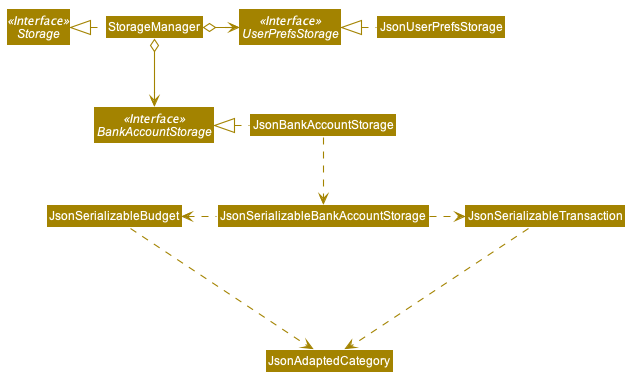
This is docs/images/StorageClassDiagram.png from nus-cs2103-AY1920S1/addressbook-level3, a PlantUML export, as it was before one commit.
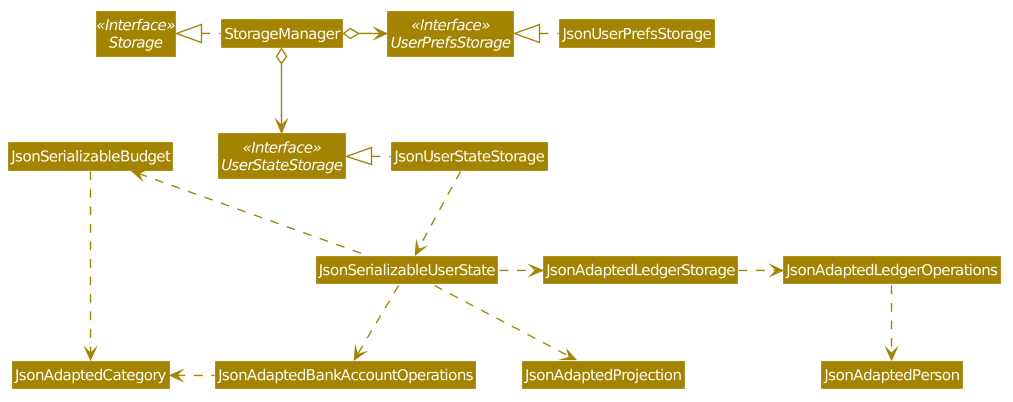
Later version of the same file.

The edit, as a diff of the source:
```diff
@@ -53,22 +53,26 @@
 
 Interface Storage <<Interface>>
 Interface UserPrefsStorage <<Interface>>
-Interface BankAccountStorage <<Interface>>
+Interface UserStateStorage <<Interface>>
 
 Class StorageManager
 Class JsonUserPrefsStorage
-Class JsonBankAccountStorage
+Class JsonUserStateStorage
 
 StorageManager .left.|> Storage
 StorageManager o-right-> UserPrefsStorage
-StorageManager o--> BankAccountStorage
+StorageManager o--> UserStateStorage
 
 JsonUserPrefsStorage .left.|> UserPrefsStorage
-JsonBankAccountStorage .left.|> BankAccountStorage
-JsonBankAccountStorage .down.> JsonSerializableBankAccountStorage
-JsonSerializableBankAccountStorage .right.> JsonSerializableTransaction
-JsonSerializableBankAccountStorage .left.> JsonSerializableBudget
-JsonSerializableTransaction ...> JsonAdaptedCategory
+JsonUserStateStorage .left.|> UserStateStorage
+JsonUserStateStorage .down.> JsonSerializableUserState
+JsonSerializableUserState .down.> JsonAdaptedBankAccountOperations
+JsonSerializableUserState .left.> JsonSerializableBudget
+JsonSerializableUserState .right.> JsonAdaptedLedgerStorage
+JsonSerializableUserState .down.> JsonAdaptedProjection
+JsonAdaptedBankAccountOperations .left.> JsonAdaptedCategory
+JsonAdaptedLedgerStorage .right.> JsonAdaptedLedgerOperations
+JsonAdaptedLedgerOperations .down.> JsonAdaptedPerson
 JsonSerializableBudget ...> JsonAdaptedCategory
 
 @enduml
```
